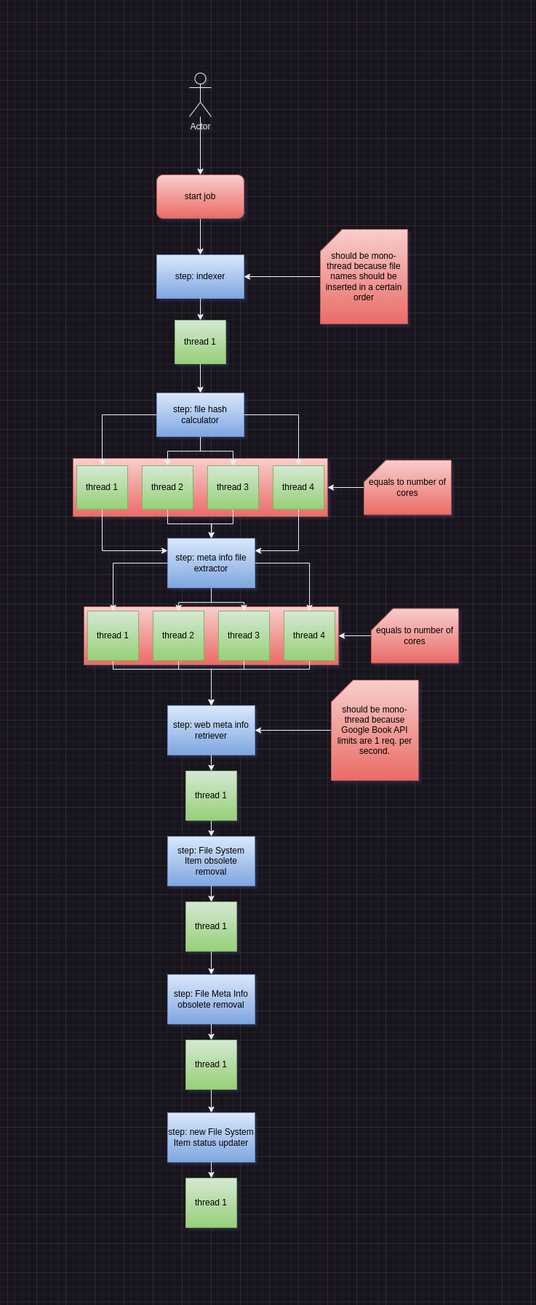
Before: images/job_steps.png, a diagram exported from draw.io (goto-eof/europea-library-server). Source tidied: cells renumbered, new cells last; positions are measured from the earlier drawing's top-left corner, leaving out a move shared by most shapes.
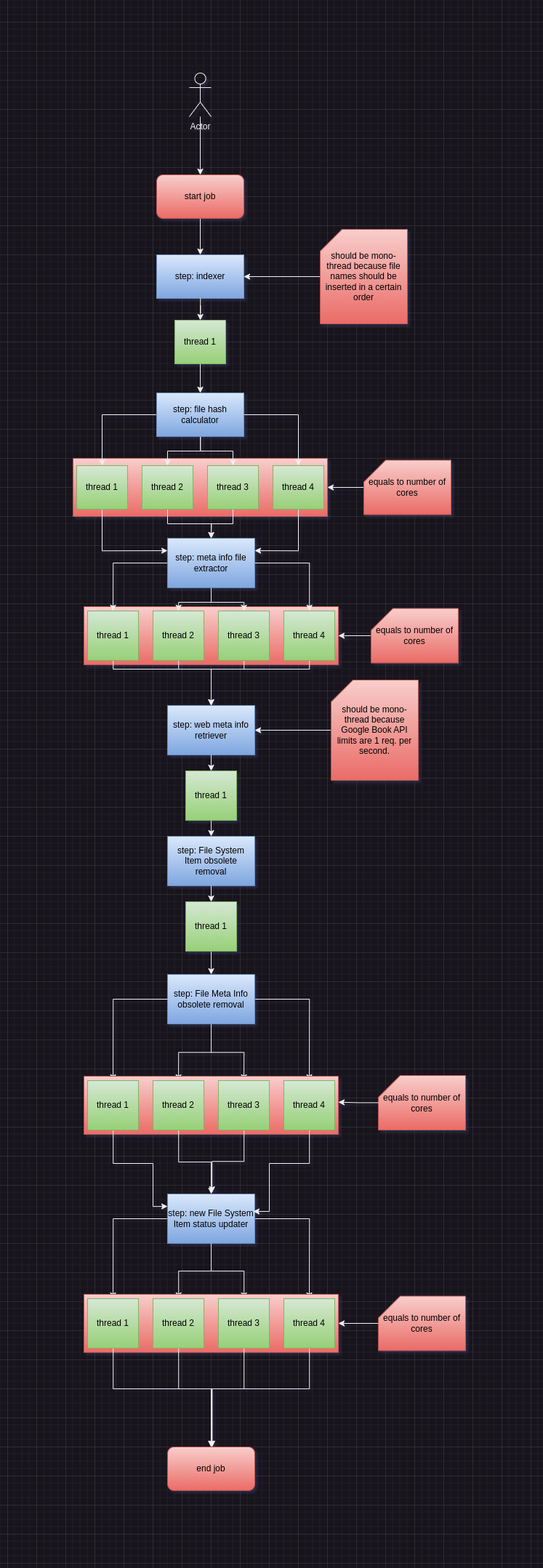
The same file after the commit.

Diff of the diagram source:
```diff
@@ -115,27 +115,36 @@
     <mxCell id="32" value="thread 1" style="rounded=0;whiteSpace=wrap;html=1;fillColor=#d5e8d4;gradientColor=#97d077;strokeColor=#82b366;fontColor=#000000;" parent="1" vertex="1">
       <mxGeometry x="155" y="1140" width="70" height="68" as="geometry" />
     </mxCell>
+    <mxCell id="61" style="edgeStyle=orthogonalEdgeStyle;rounded=0;jettySize=auto;html=1;entryX=0.5;entryY=0;entryDx=0;entryDy=0;" parent="1" edge="1" source="33" target="75">
+      <mxGeometry relative="1" as="geometry" />
+    </mxCell>
+    <mxCell id="62" style="edgeStyle=orthogonalEdgeStyle;rounded=0;jettySize=auto;html=1;entryX=0.5;entryY=0;entryDx=0;entryDy=0;" parent="1" edge="1" source="33" target="71">
+      <mxGeometry relative="1" as="geometry" />
+    </mxCell>
+    <mxCell id="63" style="edgeStyle=orthogonalEdgeStyle;rounded=0;jettySize=auto;html=1;entryX=0.5;entryY=0;entryDx=0;entryDy=0;" parent="1" edge="1" source="33" target="73">
+      <mxGeometry relative="1" as="geometry" />
+    </mxCell>
     <mxCell id="33" value="step: File Meta Info obsolete removal" style="rounded=0;whiteSpace=wrap;html=1;fillColor=#dae8fc;gradientColor=#7ea6e0;strokeColor=#6c8ebf;fontColor=#000000;" parent="1" vertex="1">
       <mxGeometry x="130" y="1240" width="120" height="68" as="geometry" />
     </mxCell>
-    <mxCell id="34" style="edgeStyle=orthogonalEdgeStyle;rounded=0;jettySize=auto;html=1;entryX=0.5;entryY=0;entryDx=0;entryDy=0;" parent="1" edge="1" source="33" target="36">
+    <mxCell id="34" style="edgeStyle=orthogonalEdgeStyle;rounded=0;jettySize=auto;html=1;entryX=0.5;entryY=0;entryDx=0;entryDy=0;" parent="1" edge="1" source="33" target="69">
       <mxGeometry relative="1" as="geometry" />
     </mxCell>
-    <mxCell id="35" style="edgeStyle=orthogonalEdgeStyle;rounded=0;jettySize=auto;html=1;" parent="1" edge="1" source="36" target="37">
-      <mxGeometry relative="1" as="geometry" />
-    </mxCell>
-    <mxCell id="36" value="thread 1" style="rounded=0;whiteSpace=wrap;html=1;fillColor=#d5e8d4;gradientColor=#97d077;strokeColor=#82b366;fontColor=#000000;" parent="1" vertex="1">
-      <mxGeometry x="155" y="1330" width="70" height="68" as="geometry" />
-    </mxCell>
+    <mxCell id="64" style="edgeStyle=orthogonalEdgeStyle;rounded=0;jettySize=auto;html=1;" parent="1" edge="1" source="37" target="82">
+      <mxGeometry relative="1" as="geometry" />
+    </mxCell>
+    <mxCell id="65" style="edgeStyle=orthogonalEdgeStyle;rounded=0;jettySize=auto;html=1;entryX=0.5;entryY=0;entryDx=0;entryDy=0;" parent="1" edge="1" source="37" target="84">
+      <mxGeometry relative="1" as="geometry" />
+    </mxCell>
+    <mxCell id="66" style="edgeStyle=orthogonalEdgeStyle;rounded=0;jettySize=auto;html=1;entryX=0.5;entryY=0;entryDx=0;entryDy=0;" parent="1" edge="1" source="37" target="78">
+      <mxGeometry relative="1" as="geometry" />
+    </mxCell>
     <mxCell id="37" value="step: new File System Item status updater" style="rounded=0;whiteSpace=wrap;html=1;fillColor=#dae8fc;gradientColor=#7ea6e0;strokeColor=#6c8ebf;fontColor=#000000;" parent="1" vertex="1">
-      <mxGeometry x="130" y="1430" width="120" height="68" as="geometry" />
+      <mxGeometry x="130" y="1542" width="120" height="68" as="geometry" />
     </mxCell>
-    <mxCell id="38" style="edgeStyle=orthogonalEdgeStyle;rounded=0;jettySize=auto;html=1;entryX=0.5;entryY=0;entryDx=0;entryDy=0;" parent="1" edge="1" source="37" target="39">
+    <mxCell id="38" style="edgeStyle=orthogonalEdgeStyle;rounded=0;jettySize=auto;html=1;" parent="1" edge="1" source="37" target="80">
       <mxGeometry relative="1" as="geometry" />
     </mxCell>
-    <mxCell id="39" value="thread 1" style="rounded=0;whiteSpace=wrap;html=1;fillColor=#d5e8d4;gradientColor=#97d077;strokeColor=#82b366;fontColor=#000000;" parent="1" vertex="1">
-      <mxGeometry x="155" y="1520" width="70" height="68" as="geometry" />
-    </mxCell>
     <mxCell id="40" style="edgeStyle=orthogonalEdgeStyle;rounded=0;jettySize=auto;html=1;entryX=1;entryY=0.5;entryDx=0;entryDy=0;" parent="1" edge="1" source="41" target="25">
       <mxGeometry relative="1" as="geometry" />
     </mxCell>
@@ -209,5 +218,114 @@
     <mxCell id="60" value="equals to number of cores" style="shape=card;whiteSpace=wrap;html=1;fillColor=#f8cecc;gradientColor=#ea6b66;strokeColor=#b85450;fontColor=#000000;" parent="1" vertex="1">
       <mxGeometry x="410" y="736.5" width="120" height="75" as="geometry" />
     </mxCell>
+    <mxCell id="67" style="rounded=0;whiteSpace=wrap;html=1;fillColor=#f8cecc;strokeColor=#b85450;gradientColor=#ea6b66;" parent="1" vertex="1">
+      <mxGeometry x="15" y="1380" width="350" height="80" as="geometry" />
+    </mxCell>
+    <mxCell id="68" style="edgeStyle=orthogonalEdgeStyle;rounded=0;jettySize=auto;html=1;entryX=0;entryY=0.25;entryDx=0;entryDy=0;" parent="1" edge="1" source="69" target="37">
+      <mxGeometry relative="1" as="geometry">
+        <Array as="points">
+          <mxPoint x="55" y="1500" />
+          <mxPoint x="110" y="1500" />
+          <mxPoint x="110" y="1559" />
+        </Array>
+      </mxGeometry>
+    </mxCell>
+    <mxCell id="69" value="thread 1" style="rounded=0;whiteSpace=wrap;html=1;fillColor=#d5e8d4;gradientColor=#97d077;strokeColor=#82b366;fontColor=#000000;" parent="1" vertex="1">
+      <mxGeometry x="20" y="1386" width="70" height="68" as="geometry" />
+    </mxCell>
+    <mxCell id="70" style="edgeStyle=orthogonalEdgeStyle;rounded=0;jettySize=auto;html=1;entryX=0.5;entryY=0;entryDx=0;entryDy=0;" parent="1" edge="1" source="71" target="37">
+      <mxGeometry relative="1" as="geometry" />
+    </mxCell>
+    <mxCell id="71" value="thread 2" style="rounded=0;whiteSpace=wrap;html=1;fillColor=#d5e8d4;gradientColor=#97d077;strokeColor=#82b366;fontColor=#000000;" parent="1" vertex="1">
+      <mxGeometry x="110" y="1386" width="70" height="68" as="geometry" />
+    </mxCell>
+    <mxCell id="72" style="edgeStyle=orthogonalEdgeStyle;rounded=0;jettySize=auto;html=1;" parent="1" edge="1" source="73">
+      <mxGeometry relative="1" as="geometry">
+        <mxPoint x="190" y="1540" as="targetPoint" />
+        <Array as="points">
+          <mxPoint x="235" y="1497" />
+          <mxPoint x="191" y="1497" />
+        </Array>
+      </mxGeometry>
+    </mxCell>
+    <mxCell id="73" value="thread 3" style="rounded=0;whiteSpace=wrap;html=1;fillColor=#d5e8d4;gradientColor=#97d077;strokeColor=#82b366;fontColor=#000000;" parent="1" vertex="1">
+      <mxGeometry x="200" y="1386" width="70" height="68" as="geometry" />
+    </mxCell>
+    <mxCell id="74" style="edgeStyle=orthogonalEdgeStyle;rounded=0;jettySize=auto;html=1;entryX=0.983;entryY=0.353;entryDx=0;entryDy=0;entryPerimeter=0;" parent="1" edge="1" source="75" target="37">
+      <mxGeometry relative="1" as="geometry">
+        <Array as="points">
+          <mxPoint x="325" y="1500" />
+          <mxPoint x="270" y="1500" />
+          <mxPoint x="270" y="1566" />
+        </Array>
+      </mxGeometry>
+    </mxCell>
+    <mxCell id="75" value="thread 4" style="rounded=0;whiteSpace=wrap;html=1;fillColor=#d5e8d4;gradientColor=#97d077;strokeColor=#82b366;fontColor=#000000;" parent="1" vertex="1">
+      <mxGeometry x="290" y="1386" width="70" height="68" as="geometry" />
+    </mxCell>
+    <mxCell id="76" style="rounded=0;whiteSpace=wrap;html=1;fillColor=#f8cecc;strokeColor=#b85450;gradientColor=#ea6b66;" parent="1" vertex="1">
+      <mxGeometry x="15" y="1680" width="350" height="80" as="geometry" />
+    </mxCell>
+    <mxCell id="77" style="edgeStyle=orthogonalEdgeStyle;rounded=0;jettySize=auto;html=1;entryX=0.5;entryY=0;entryDx=0;entryDy=0;" parent="1" edge="1" source="78" target="85">
+      <mxGeometry relative="1" as="geometry">
+        <Array as="points">
+          <mxPoint x="55" y="1810" />
+          <mxPoint x="190" y="1810" />
+        </Array>
+      </mxGeometry>
+    </mxCell>
+    <mxCell id="78" value="thread 1" style="rounded=0;whiteSpace=wrap;html=1;fillColor=#d5e8d4;gradientColor=#97d077;strokeColor=#82b366;fontColor=#000000;" parent="1" vertex="1">
+      <mxGeometry x="20" y="1686" width="70" height="68" as="geometry" />
+    </mxCell>
+    <mxCell id="79" style="edgeStyle=orthogonalEdgeStyle;rounded=0;jettySize=auto;html=1;" parent="1" edge="1" source="80">
+      <mxGeometry relative="1" as="geometry">
+        <mxPoint x="190" y="1890" as="targetPoint" />
+        <Array as="points">
+          <mxPoint x="145" y="1810" />
+          <mxPoint x="191" y="1810" />
+        </Array>
+      </mxGeometry>
+    </mxCell>
+    <mxCell id="80" value="thread 2" style="rounded=0;whiteSpace=wrap;html=1;fillColor=#d5e8d4;gradientColor=#97d077;strokeColor=#82b366;fontColor=#000000;" parent="1" vertex="1">
+      <mxGeometry x="110" y="1686" width="70" height="68" as="geometry" />
+    </mxCell>
+    <mxCell id="81" style="edgeStyle=orthogonalEdgeStyle;rounded=0;jettySize=auto;html=1;entryX=0.5;entryY=0;entryDx=0;entryDy=0;" parent="1" edge="1" source="82" target="85">
+      <mxGeometry relative="1" as="geometry">
+        <Array as="points">
+          <mxPoint x="235" y="1810" />
+          <mxPoint x="190" y="1810" />
+        </Array>
+      </mxGeometry>
+    </mxCell>
+    <mxCell id="82" value="thread 3" style="rounded=0;whiteSpace=wrap;html=1;fillColor=#d5e8d4;gradientColor=#97d077;strokeColor=#82b366;fontColor=#000000;" parent="1" vertex="1">
+      <mxGeometry x="200" y="1686" width="70" height="68" as="geometry" />
+    </mxCell>
+    <mxCell id="83" style="edgeStyle=orthogonalEdgeStyle;rounded=0;jettySize=auto;html=1;" parent="1" edge="1" source="84">
+      <mxGeometry relative="1" as="geometry">
+        <mxPoint x="190" y="1890" as="targetPoint" />
+        <Array as="points">
+          <mxPoint x="325" y="1810" />
+          <mxPoint x="191" y="1810" />
+        </Array>
+      </mxGeometry>
+    </mxCell>
+    <mxCell id="84" value="thread 4" style="rounded=0;whiteSpace=wrap;html=1;fillColor=#d5e8d4;gradientColor=#97d077;strokeColor=#82b366;fontColor=#000000;" parent="1" vertex="1">
+      <mxGeometry x="290" y="1686" width="70" height="68" as="geometry" />
+    </mxCell>
+    <mxCell id="85" value="end job" style="rounded=1;whiteSpace=wrap;html=1;fillColor=#f8cecc;gradientColor=#ea6b66;strokeColor=#b85450;fontColor=#000000;" parent="1" vertex="1">
+      <mxGeometry x="130" y="1890" width="120" height="60" as="geometry" />
+    </mxCell>
+    <mxCell id="86" value="equals to number of cores" style="shape=card;whiteSpace=wrap;html=1;fillColor=#f8cecc;gradientColor=#ea6b66;strokeColor=#b85450;fontColor=#000000;" parent="1" vertex="1">
+      <mxGeometry x="420" y="1379" width="120" height="75" as="geometry" />
+    </mxCell>
+    <mxCell id="87" value="equals to number of cores" style="shape=card;whiteSpace=wrap;html=1;fillColor=#f8cecc;gradientColor=#ea6b66;strokeColor=#b85450;fontColor=#000000;" parent="1" vertex="1">
+      <mxGeometry x="420" y="1682.5" width="120" height="75" as="geometry" />
+    </mxCell>
+    <mxCell id="88" style="edgeStyle=orthogonalEdgeStyle;rounded=0;jettySize=auto;html=1;entryX=1;entryY=0.446;entryDx=0;entryDy=0;entryPerimeter=0;" parent="1" edge="1" source="86" target="67">
+      <mxGeometry relative="1" as="geometry" />
+    </mxCell>
+    <mxCell id="89" style="edgeStyle=orthogonalEdgeStyle;rounded=0;jettySize=auto;html=1;entryX=1;entryY=0.5;entryDx=0;entryDy=0;" parent="1" edge="1" source="87" target="76">
+      <mxGeometry relative="1" as="geometry" />
+    </mxCell>
   </root>
 </mxGraphModel>
```
